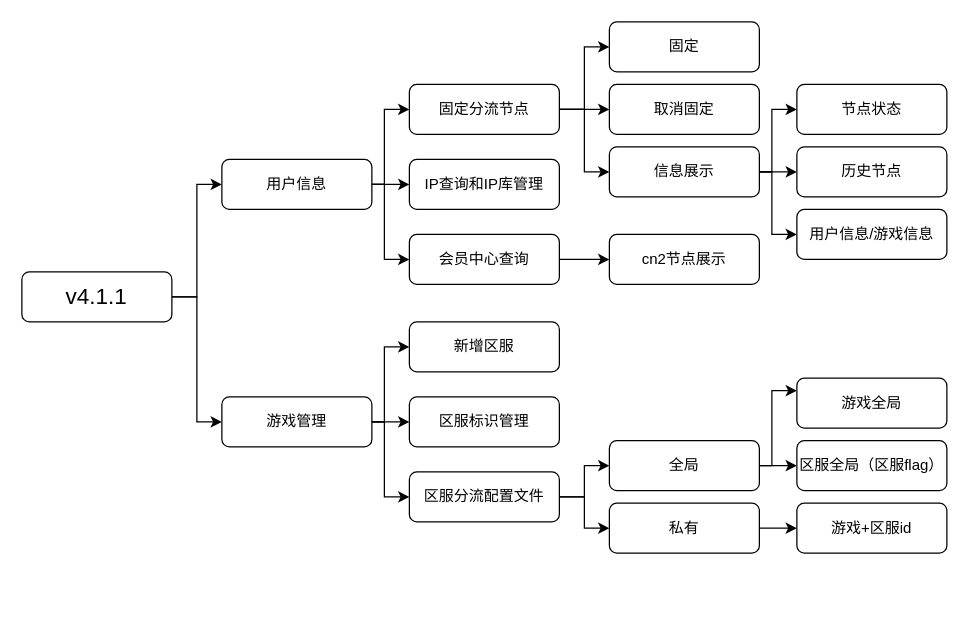
Before: image/用户信息管理0326.drawio in Besideme/besideme.github.io, a draw.io diagram. Source tidied: cells renumbered, new cells numbered last; positions are measured from the earlier drawing's top-left corner, leaving out a move shared by most shapes. Both pictures are drawn from the tidied source at 125%, with x=0, y=0 at pixel (21, 21).
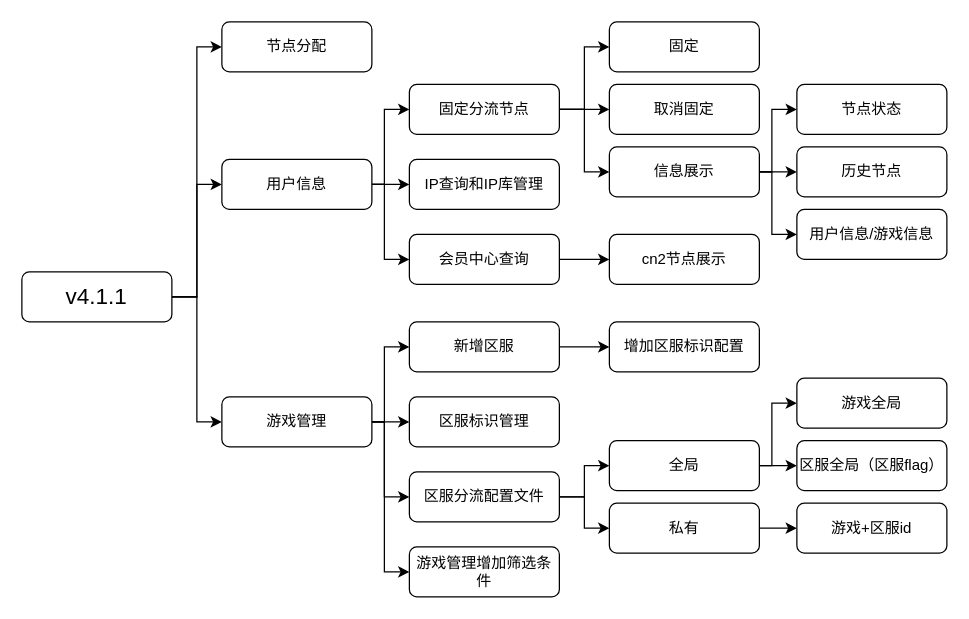
The same diagram, later.

Commit message:
Update 用户信息管理0326.drawio

Unchanged cells that the change refers to:
```xml
<mxCell id="4" value="&lt;font style=&quot;font-size: 18px&quot;&gt;v4.1.1&lt;/font&gt;" style="rounded=1;whiteSpace=wrap;html=1;" parent="1" vertex="1">
  <mxGeometry y="200" width="120" height="40" as="geometry" />
</mxCell>
<mxCell id="12" value="游戏管理" style="rounded=1;whiteSpace=wrap;html=1;" parent="1" vertex="1">
  <mxGeometry x="160" y="300" width="120" height="40" as="geometry" />
</mxCell>
<mxCell id="20" value="新增区服" style="rounded=1;whiteSpace=wrap;html=1;" parent="1" vertex="1">
  <mxGeometry x="310" y="240" width="120" height="40" as="geometry" />
</mxCell>
<mxCell id="37" value="全局" style="rounded=1;whiteSpace=wrap;html=1;" parent="1" vertex="1">
  <mxGeometry x="470" y="335" width="120" height="40" as="geometry" />
</mxCell>
<mxCell id="40" value="游戏全局" style="rounded=1;whiteSpace=wrap;html=1;" parent="1" vertex="1">
  <mxGeometry x="620" y="285" width="120" height="40" as="geometry" />
</mxCell>
<mxCell id="41" value="区服全局（区服flag）" style="rounded=1;whiteSpace=wrap;html=1;" parent="1" vertex="1">
  <mxGeometry x="620" y="335" width="120" height="40" as="geometry" />
</mxCell>
```

Diff of the diagram source:
```diff
@@
+    <mxCell id="43" style="edgeStyle=orthogonalEdgeStyle;rounded=0;jettySize=auto;html=1;exitX=1;exitY=0.5;exitDx=0;exitDy=0;entryX=0;entryY=0.5;entryDx=0;entryDy=0;" parent="1" edge="1" source="4" target="46">
+      <mxGeometry relative="1" as="geometry" />
+    </mxCell>
@@
+    <mxCell id="44" style="edgeStyle=orthogonalEdgeStyle;rounded=0;jettySize=auto;html=1;exitX=1;exitY=0.5;exitDx=0;exitDy=0;entryX=0;entryY=0.5;entryDx=0;entryDy=0;" parent="1" edge="1" source="12" target="48">
+      <mxGeometry relative="1" as="geometry">
+        <Array as="points">
+          <mxPoint x="290" y="320" />
+          <mxPoint x="290" y="440" />
+        </Array>
+      </mxGeometry>
+    </mxCell>
@@
+    <mxCell id="45" style="edgeStyle=orthogonalEdgeStyle;rounded=0;jettySize=auto;html=1;exitX=1;exitY=0.5;exitDx=0;exitDy=0;entryX=0;entryY=0.5;entryDx=0;entryDy=0;" parent="1" edge="1" source="20" target="47">
+      <mxGeometry relative="1" as="geometry" />
+    </mxCell>
@@
+    <mxCell id="36" style="edgeStyle=orthogonalEdgeStyle;rounded=0;jettySize=auto;html=1;exitX=1;exitY=0.5;exitDx=0;exitDy=0;entryX=0;entryY=0.5;entryDx=0;entryDy=0;" parent="1" edge="1" source="37" target="41">
+      <mxGeometry relative="1" as="geometry" />
+    </mxCell>
-    <mxCell id="35" style="edgeStyle=orthogonalEdgeStyle;rounded=0;jettySize=auto;html=1;exitX=1;exitY=0.5;exitDx=0;exitDy=0;entryX=0;entryY=0.25;entryDx=0;entryDy=0;" parent="1" edge="1" source="37" target="40">
+    <mxCell id="35" style="edgeStyle=orthogonalEdgeStyle;rounded=0;jettySize=auto;html=1;exitX=1;exitY=0.5;exitDx=0;exitDy=0;entryX=0;entryY=0.5;entryDx=0;entryDy=0;" parent="1" edge="1" source="37" target="40">
       <mxGeometry relative="1" as="geometry">
         <Array as="points">
           <mxPoint x="600" y="355" />
-          <mxPoint x="600" y="295" />
+          <mxPoint x="600" y="305" />
         </Array>
       </mxGeometry>
     </mxCell>
-    <mxCell id="36" style="edgeStyle=orthogonalEdgeStyle;rounded=0;jettySize=auto;html=1;exitX=1;exitY=0.5;exitDx=0;exitDy=0;entryX=0;entryY=0.5;entryDx=0;entryDy=0;" parent="1" edge="1" source="37" target="41">
-      <mxGeometry relative="1" as="geometry" />
-    </mxCell>
@@
+    <mxCell id="46" value="节点分配" style="rounded=1;whiteSpace=wrap;html=1;" parent="1" vertex="1">
+      <mxGeometry x="160" width="120" height="40" as="geometry" />
+    </mxCell>
+    <mxCell id="47" value="增加区服标识配置" style="rounded=1;whiteSpace=wrap;html=1;" parent="1" vertex="1">
+      <mxGeometry x="470" y="240" width="120" height="40" as="geometry" />
+    </mxCell>
+    <mxCell id="48" value="游戏管理增加筛选条件" style="rounded=1;whiteSpace=wrap;html=1;" parent="1" vertex="1">
+      <mxGeometry x="310" y="420" width="120" height="40" as="geometry" />
+    </mxCell>
```
